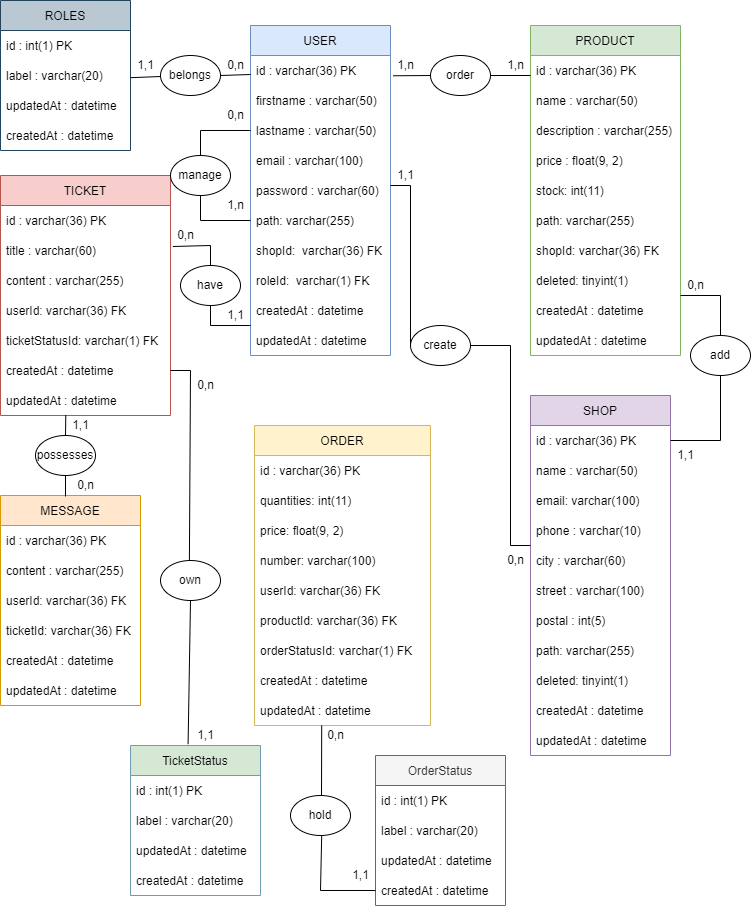
The draw.io diagram Diagrammes/MCD.png in KadenHD/DragNReceive_General, before a commit. Source tidied: cells renumbered, new cells last; positions are measured from the earlier drawing's top-left corner, leaving out a move shared by most shapes.
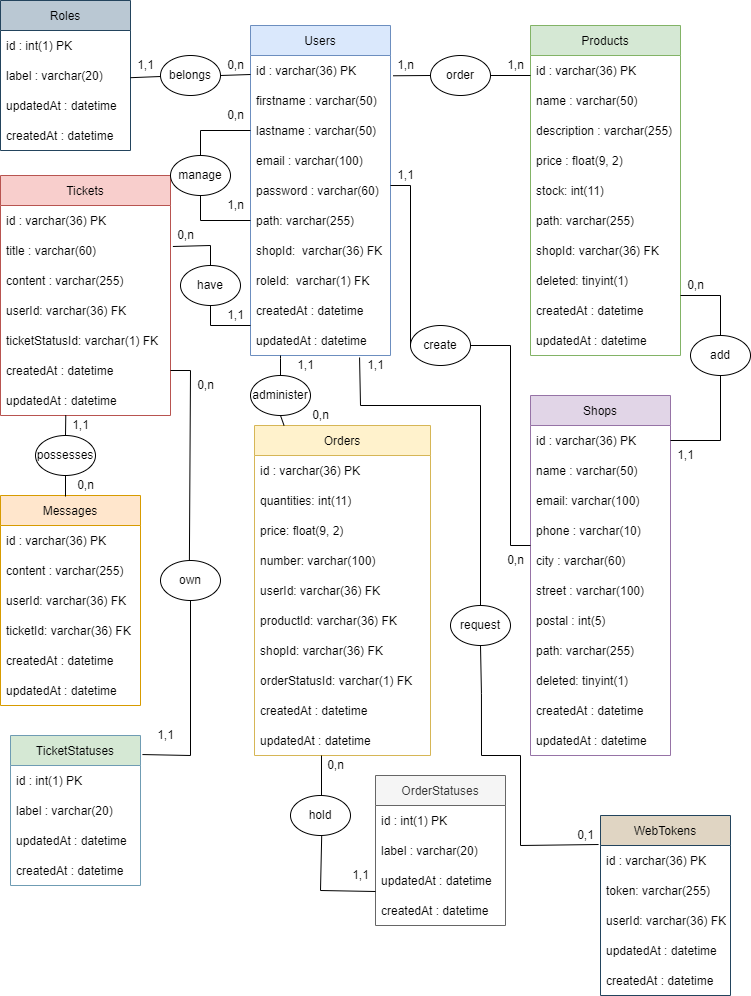
After the change.

What changed in the source:
```diff
@@ -2,7 +2,7 @@
   <root>
     <mxCell id="0" />
     <mxCell id="1" parent="0" />
-    <mxCell id="2" value="USER" style="swimlane;fontStyle=0;horizontal=1;startSize=30;fillColor=#dae8fc;strokeColor=#6c8ebf;" parent="1" vertex="1">
+    <mxCell id="2" value="Users" style="swimlane;fontStyle=0;horizontal=1;startSize=30;fillColor=#dae8fc;strokeColor=#6c8ebf;" parent="1" vertex="1">
       <mxGeometry x="250" y="25" width="140" height="330" as="geometry" />
     </mxCell>
     <mxCell id="3" value="id : varchar(36) PK" style="text;strokeColor=none;fillColor=none;align=left;verticalAlign=middle;spacingLeft=4;spacingRight=4;overflow=hidden;points=[[0,0.5],[1,0.5]];portConstraint=eastwest;" parent="2" vertex="1">
@@ -35,7 +35,7 @@
     <mxCell id="12" value="updatedAt : datetime" style="text;strokeColor=none;fillColor=none;align=left;verticalAlign=middle;spacingLeft=4;spacingRight=4;overflow=hidden;points=[[0,0.5],[1,0.5]];portConstraint=eastwest;" parent="2" vertex="1">
       <mxGeometry y="300" width="140" height="30" as="geometry" />
     </mxCell>
-    <mxCell id="13" value="ROLES" style="swimlane;fontStyle=0;horizontal=1;startSize=30;fillColor=#bac8d3;strokeColor=#23445d;" parent="1" vertex="1">
+    <mxCell id="13" value="Roles" style="swimlane;fontStyle=0;horizontal=1;startSize=30;fillColor=#bac8d3;strokeColor=#23445d;" parent="1" vertex="1">
       <mxGeometry width="130" height="150" as="geometry" />
     </mxCell>
     <mxCell id="14" value="id : int(1) PK" style="text;strokeColor=none;fillColor=none;align=left;verticalAlign=middle;spacingLeft=4;spacingRight=4;overflow=hidden;" parent="13" vertex="1">
@@ -55,7 +55,7 @@
         <mxPoint x="250" y="74" as="targetPoint" />
       </mxGeometry>
     </mxCell>
-    <mxCell id="19" value="TICKET" style="swimlane;fontStyle=0;horizontal=1;startSize=30;fillColor=#f8cecc;strokeColor=#b85450;" parent="1" vertex="1">
+    <mxCell id="19" value="Tickets" style="swimlane;fontStyle=0;horizontal=1;startSize=30;fillColor=#f8cecc;strokeColor=#b85450;" parent="1" vertex="1">
       <mxGeometry y="175" width="170" height="240" as="geometry" />
     </mxCell>
     <mxCell id="20" value="id : varchar(36) PK" style="text;strokeColor=none;fillColor=none;align=left;verticalAlign=middle;spacingLeft=4;spacingRight=4;overflow=hidden;" parent="19" vertex="1">
@@ -79,7 +79,7 @@
     <mxCell id="26" value="updatedAt : datetime" style="text;strokeColor=none;fillColor=none;align=left;verticalAlign=middle;spacingLeft=4;spacingRight=4;overflow=hidden;points=[[0,0.5],[1,0.5]];portConstraint=eastwest;" parent="19" vertex="1">
       <mxGeometry y="210" width="170" height="30" as="geometry" />
     </mxCell>
-    <mxCell id="27" value="MESSAGE" style="swimlane;fontStyle=0;horizontal=1;startSize=30;fillColor=#ffe6cc;strokeColor=#d79b00;" parent="1" vertex="1">
+    <mxCell id="27" value="Messages" style="swimlane;fontStyle=0;horizontal=1;startSize=30;fillColor=#ffe6cc;strokeColor=#d79b00;" parent="1" vertex="1">
       <mxGeometry y="495" width="140" height="210" as="geometry" />
     </mxCell>
     <mxCell id="28" value="id : varchar(36) PK" style="text;strokeColor=none;fillColor=none;align=left;verticalAlign=middle;spacingLeft=4;spacingRight=4;overflow=hidden;" parent="27" vertex="1">
@@ -100,7 +100,7 @@
     <mxCell id="33" value="updatedAt : datetime" style="text;strokeColor=none;fillColor=none;align=left;verticalAlign=middle;spacingLeft=4;spacingRight=4;overflow=hidden;" parent="27" vertex="1">
       <mxGeometry y="180" width="140" height="30" as="geometry" />
     </mxCell>
-    <mxCell id="34" value="SHOP" style="swimlane;fontStyle=0;horizontal=1;startSize=30;fillColor=#e1d5e7;strokeColor=#9673a6;" parent="1" vertex="1">
+    <mxCell id="34" value="Shops" style="swimlane;fontStyle=0;horizontal=1;startSize=30;fillColor=#e1d5e7;strokeColor=#9673a6;" parent="1" vertex="1">
       <mxGeometry x="530" y="395" width="140" height="360" as="geometry" />
     </mxCell>
     <mxCell id="35" value="id : varchar(36) PK" style="text;strokeColor=none;fillColor=none;align=left;verticalAlign=middle;spacingLeft=4;spacingRight=4;overflow=hidden;points=[[0,0.5],[1,0.5]];portConstraint=eastwest;" parent="34" vertex="1">
@@ -133,10 +133,21 @@
     <mxCell id="44" value="createdAt : datetime" style="text;strokeColor=none;fillColor=none;align=left;verticalAlign=middle;spacingLeft=4;spacingRight=4;overflow=hidden;" parent="34" vertex="1">
       <mxGeometry y="300" width="140" height="30" as="geometry" />
     </mxCell>
+    <mxCell id="122" style="endArrow=none;html=1;rounded=0;exitX=0.779;exitY=1.067;exitDx=0;exitDy=0;exitPerimeter=0;entryX=-0.015;entryY=-0.033;entryDx=0;entryDy=0;entryPerimeter=0;" parent="34" edge="1" target="125">
+      <mxGeometry relative="1" as="geometry">
+        <mxPoint x="-50" y="250" as="sourcePoint" />
+        <Array as="points">
+          <mxPoint x="-49.1" y="298" />
+          <mxPoint x="-49" y="360" />
+          <mxPoint x="-10" y="360" />
+          <mxPoint x="-10" y="450" />
+        </Array>
+      </mxGeometry>
+    </mxCell>
     <mxCell id="45" value="updatedAt : datetime" style="text;strokeColor=none;fillColor=none;align=left;verticalAlign=middle;spacingLeft=4;spacingRight=4;overflow=hidden;" parent="34" vertex="1">
       <mxGeometry y="330" width="140" height="30" as="geometry" />
     </mxCell>
-    <mxCell id="46" value="PRODUCT" style="swimlane;fontStyle=0;horizontal=1;startSize=30;fillColor=#d5e8d4;strokeColor=#82b366;" parent="1" vertex="1">
+    <mxCell id="46" value="Products" style="swimlane;fontStyle=0;horizontal=1;startSize=30;fillColor=#d5e8d4;strokeColor=#82b366;" parent="1" vertex="1">
       <mxGeometry x="530" y="25" width="150" height="330" as="geometry" />
     </mxCell>
     <mxCell id="47" value="id : varchar(36) PK" style="text;strokeColor=none;fillColor=none;align=left;verticalAlign=middle;spacingLeft=4;spacingRight=4;overflow=hidden;" parent="46" vertex="1">
@@ -308,8 +319,8 @@
     <mxCell id="89" value="possesses" style="ellipse;whiteSpace=wrap;html=1;" parent="1" vertex="1">
       <mxGeometry x="35" y="435" width="60" height="40" as="geometry" />
     </mxCell>
-    <mxCell id="90" value="ORDER" style="swimlane;fontStyle=0;horizontal=1;startSize=30;fillColor=#fff2cc;strokeColor=#d6b656;" parent="1" vertex="1">
-      <mxGeometry x="254" y="425" width="176" height="300" as="geometry" />
+    <mxCell id="90" value="Orders" style="swimlane;fontStyle=0;horizontal=1;startSize=30;fillColor=#fff2cc;strokeColor=#d6b656;" parent="1" vertex="1">
+      <mxGeometry x="254" y="425" width="176" height="330" as="geometry" />
     </mxCell>
     <mxCell id="91" value="id : varchar(36) PK" style="text;strokeColor=none;fillColor=none;align=left;verticalAlign=middle;spacingLeft=4;spacingRight=4;overflow=hidden;" parent="90" vertex="1">
       <mxGeometry y="30" width="176" height="30" as="geometry" />
@@ -329,14 +340,17 @@
     <mxCell id="96" value="productId: varchar(36) FK" style="text;strokeColor=none;fillColor=none;align=left;verticalAlign=middle;spacingLeft=4;spacingRight=4;overflow=hidden;" parent="90" vertex="1">
       <mxGeometry y="180" width="176" height="30" as="geometry" />
     </mxCell>
+    <mxCell id="123" value="shopId: varchar(36) FK" style="text;strokeColor=none;fillColor=none;align=left;verticalAlign=middle;spacingLeft=4;spacingRight=4;overflow=hidden;" parent="90" vertex="1">
+      <mxGeometry y="210" width="176" height="30" as="geometry" />
+    </mxCell>
     <mxCell id="97" value="orderStatusId: varchar(1) FK" style="text;strokeColor=none;fillColor=none;align=left;verticalAlign=middle;spacingLeft=4;spacingRight=4;overflow=hidden;" parent="90" vertex="1">
-      <mxGeometry y="210" width="176" height="30" as="geometry" />
+      <mxGeometry y="240" width="176" height="30" as="geometry" />
     </mxCell>
     <mxCell id="98" value="createdAt : datetime" style="text;strokeColor=none;fillColor=none;align=left;verticalAlign=middle;spacingLeft=4;spacingRight=4;overflow=hidden;" parent="90" vertex="1">
-      <mxGeometry y="240" width="176" height="30" as="geometry" />
+      <mxGeometry y="270" width="176" height="30" as="geometry" />
     </mxCell>
     <mxCell id="99" value="updatedAt : datetime" style="text;strokeColor=none;fillColor=none;align=left;verticalAlign=middle;spacingLeft=4;spacingRight=4;overflow=hidden;" parent="90" vertex="1">
-      <mxGeometry y="270" width="176" height="30" as="geometry" />
+      <mxGeometry y="300" width="176" height="30" as="geometry" />
     </mxCell>
     <mxCell id="100" style="endArrow=none;html=1;rounded=0;entryX=0.5;entryY=0;entryDx=0;entryDy=0;exitX=0.08;exitY=1.05;exitDx=0;exitDy=0;exitPerimeter=0;" parent="1" edge="1" source="66" target="64">
       <mxGeometry relative="1" as="geometry">
@@ -345,8 +359,8 @@
         </Array>
       </mxGeometry>
     </mxCell>
-    <mxCell id="101" value="OrderStatus" style="swimlane;fontStyle=0;horizontal=1;startSize=30;fillColor=#f5f5f5;strokeColor=#666666;fontColor=#333333;" parent="1" vertex="1">
-      <mxGeometry x="375" y="755" width="130" height="150" as="geometry" />
+    <mxCell id="101" value="OrderStatuses" style="swimlane;fontStyle=0;horizontal=1;startSize=30;fillColor=#f5f5f5;strokeColor=#666666;fontColor=#333333;" parent="1" vertex="1">
+      <mxGeometry x="375" y="775" width="130" height="150" as="geometry" />
     </mxCell>
     <mxCell id="102" value="id : int(1) PK" style="text;strokeColor=none;fillColor=none;align=left;verticalAlign=middle;spacingLeft=4;spacingRight=4;overflow=hidden;" parent="101" vertex="1">
       <mxGeometry y="30" width="130" height="30" as="geometry" />
@@ -363,8 +377,8 @@
     <mxCell id="106" style="endArrow=none;html=1;rounded=0;exitX=0.384;exitY=0.993;exitDx=0;exitDy=0;entryX=0.5;entryY=0;entryDx=0;entryDy=0;exitPerimeter=0;" parent="1" edge="1" source="26" target="89">
       <mxGeometry relative="1" as="geometry" />
     </mxCell>
-    <mxCell id="107" value="TicketStatus" style="swimlane;fontStyle=0;horizontal=1;startSize=30;fillColor=#d5e8d4;strokeColor=#6F9CB3;" parent="1" vertex="1">
-      <mxGeometry x="130" y="745" width="130" height="150" as="geometry" />
+    <mxCell id="107" value="TicketStatuses" style="swimlane;fontStyle=0;horizontal=1;startSize=30;fillColor=#d5e8d4;strokeColor=#6F9CB3;" parent="1" vertex="1">
+      <mxGeometry x="10" y="735" width="130" height="150" as="geometry" />
     </mxCell>
     <mxCell id="108" value="id : int(1) PK" style="text;strokeColor=none;fillColor=none;align=left;verticalAlign=middle;spacingLeft=4;spacingRight=4;overflow=hidden;" parent="107" vertex="1">
       <mxGeometry y="30" width="130" height="30" as="geometry" />
@@ -384,8 +398,12 @@
     <mxCell id="113" value="hold" style="ellipse;whiteSpace=wrap;html=1;" parent="1" vertex="1">
       <mxGeometry x="290" y="795" width="60" height="40" as="geometry" />
     </mxCell>
-    <mxCell id="114" style="endArrow=none;html=1;rounded=0;exitX=0.5;exitY=1;exitDx=0;exitDy=0;entryX=0.443;entryY=-0.009;entryDx=0;entryDy=0;entryPerimeter=0;" parent="1" edge="1" source="112" target="107">
-      <mxGeometry relative="1" as="geometry" />
+    <mxCell id="114" style="endArrow=none;html=1;rounded=0;exitX=0.5;exitY=1;exitDx=0;exitDy=0;entryX=1.015;entryY=0.127;entryDx=0;entryDy=0;entryPerimeter=0;" parent="1" edge="1" source="112" target="107">
+      <mxGeometry relative="1" as="geometry">
+        <Array as="points">
+          <mxPoint x="190" y="755" />
+        </Array>
+      </mxGeometry>
     </mxCell>
     <mxCell id="115" style="endArrow=none;html=1;rounded=0;entryX=0.443;entryY=-0.009;entryDx=0;entryDy=0;entryPerimeter=0;exitX=1;exitY=0.5;exitDx=0;exitDy=0;" parent="1" edge="1" source="25">
       <mxGeometry relative="1" as="geometry">
@@ -395,13 +413,13 @@
         </Array>
       </mxGeometry>
     </mxCell>
-    <mxCell id="116" style="endArrow=none;html=1;rounded=0;exitX=0.5;exitY=1;exitDx=0;exitDy=0;" parent="1" edge="1">
+    <mxCell id="116" style="endArrow=none;html=1;rounded=0;" parent="1" edge="1">
       <mxGeometry relative="1" as="geometry">
-        <mxPoint x="321.2" y="725" as="sourcePoint" />
+        <mxPoint x="321" y="755" as="sourcePoint" />
         <mxPoint x="321" y="795" as="targetPoint" />
       </mxGeometry>
     </mxCell>
-    <mxCell id="117" style="endArrow=none;html=1;rounded=0;exitX=0.5;exitY=1;exitDx=0;exitDy=0;entryX=0;entryY=0.5;entryDx=0;entryDy=0;" parent="1" edge="1" target="105">
+    <mxCell id="117" style="endArrow=none;html=1;rounded=0;exitX=0.5;exitY=1;exitDx=0;exitDy=0;entryX=0;entryY=-0.133;entryDx=0;entryDy=0;entryPerimeter=0;" parent="1" edge="1" target="105">
       <mxGeometry relative="1" as="geometry">
         <mxPoint x="321.2" y="835" as="sourcePoint" />
         <Array as="points">
@@ -413,13 +431,73 @@
       <mxGeometry x="190" y="375" width="30" height="20" as="geometry" />
     </mxCell>
     <mxCell id="119" value="1,1" style="text;html=1;align=center;verticalAlign=middle;strokeColor=none;fillColor=none;" parent="1" vertex="1">
-      <mxGeometry x="190" y="725" width="30" height="20" as="geometry" />
+      <mxGeometry x="150" y="725" width="30" height="20" as="geometry" />
     </mxCell>
     <mxCell id="120" value="1,1" style="text;html=1;align=center;verticalAlign=middle;strokeColor=none;fillColor=none;" parent="1" vertex="1">
       <mxGeometry x="345" y="865" width="30" height="20" as="geometry" />
     </mxCell>
     <mxCell id="121" value="0,n" style="text;html=1;align=center;verticalAlign=middle;strokeColor=none;fillColor=none;" parent="1" vertex="1">
-      <mxGeometry x="320" y="725" width="30" height="20" as="geometry" />
+      <mxGeometry x="320" y="755" width="30" height="20" as="geometry" />
     </mxCell>
+    <mxCell id="124" value="WebTokens" style="swimlane;fontStyle=0;horizontal=1;startSize=30;fillColor=#E0D5C3;strokeColor=#23445d;" parent="1" vertex="1">
+      <mxGeometry x="600" y="815" width="130" height="180" as="geometry" />
+    </mxCell>
+    <mxCell id="125" value="id : varchar(36) PK" style="text;strokeColor=none;fillColor=none;align=left;verticalAlign=middle;spacingLeft=4;spacingRight=4;overflow=hidden;points=[[0,0.5],[1,0.5]];portConstraint=eastwest;" parent="124" vertex="1">
+      <mxGeometry y="30" width="130" height="30" as="geometry" />
+    </mxCell>
+    <mxCell id="126" value="token: varchar(255)" style="text;strokeColor=none;fillColor=none;align=left;verticalAlign=middle;spacingLeft=4;spacingRight=4;overflow=hidden;" parent="124" vertex="1">
+      <mxGeometry y="60" width="130" height="30" as="geometry" />
+    </mxCell>
+    <mxCell id="127" value="userId: varchar(36) FK" style="text;strokeColor=none;fillColor=none;align=left;verticalAlign=middle;spacingLeft=4;spacingRight=4;overflow=hidden;" parent="124" vertex="1">
+      <mxGeometry y="90" width="130" height="30" as="geometry" />
+    </mxCell>
+    <mxCell id="128" value="updatedAt : datetime" style="text;strokeColor=none;fillColor=none;align=left;verticalAlign=middle;spacingLeft=4;spacingRight=4;overflow=hidden;" parent="124" vertex="1">
+      <mxGeometry y="120" width="130" height="30" as="geometry" />
+    </mxCell>
+    <mxCell id="129" value="createdAt : datetime" style="text;strokeColor=none;fillColor=none;align=left;verticalAlign=middle;spacingLeft=4;spacingRight=4;overflow=hidden;" parent="124" vertex="1">
+      <mxGeometry y="150" width="130" height="30" as="geometry" />
+    </mxCell>
+    <mxCell id="130" value="administer" style="ellipse;whiteSpace=wrap;html=1;" parent="1" vertex="1">
+      <mxGeometry x="250" y="375" width="60" height="40" as="geometry" />
+    </mxCell>
+    <mxCell id="131" style="endArrow=none;html=1;rounded=0;exitX=0.5;exitY=0;exitDx=0;exitDy=0;" parent="1" edge="1" source="130">
+      <mxGeometry relative="1" as="geometry">
+        <mxPoint x="280" y="355" as="targetPoint" />
+        <Array as="points">
+          <mxPoint x="280" y="358" />
+        </Array>
+      </mxGeometry>
+    </mxCell>
+    <mxCell id="132" style="endArrow=none;html=1;rounded=0;" parent="1" edge="1" source="90">
+      <mxGeometry relative="1" as="geometry">
+        <mxPoint x="280" y="415" as="targetPoint" />
+        <Array as="points">
+          <mxPoint x="280" y="415" />
+        </Array>
+      </mxGeometry>
+    </mxCell>
+    <mxCell id="133" value="1,1" style="text;html=1;align=center;verticalAlign=middle;strokeColor=none;fillColor=none;" parent="1" vertex="1">
+      <mxGeometry x="290" y="355" width="30" height="20" as="geometry" />
+    </mxCell>
+    <mxCell id="134" value="0,n" style="text;html=1;align=center;verticalAlign=middle;strokeColor=none;fillColor=none;" parent="1" vertex="1">
+      <mxGeometry x="305" y="405" width="30" height="20" as="geometry" />
+    </mxCell>
+    <mxCell id="135" value="request" style="ellipse;whiteSpace=wrap;html=1;" parent="1" vertex="1">
+      <mxGeometry x="450" y="605" width="60" height="40" as="geometry" />
+    </mxCell>
+    <mxCell id="136" style="endArrow=none;html=1;rounded=0;exitX=0.779;exitY=1.067;exitDx=0;exitDy=0;entryX=0.5;entryY=0;entryDx=0;entryDy=0;exitPerimeter=0;" parent="1" edge="1" source="12" target="135">
+      <mxGeometry relative="1" as="geometry">
+        <Array as="points">
+          <mxPoint x="360" y="405" />
+          <mxPoint x="480" y="405" />
+        </Array>
+      </mxGeometry>
+    </mxCell>
+    <mxCell id="137" value="0,1" style="text;html=1;align=center;verticalAlign=middle;strokeColor=none;fillColor=none;" parent="1" vertex="1">
+      <mxGeometry x="570" y="825" width="30" height="20" as="geometry" />
+    </mxCell>
+    <mxCell id="138" value="1,1" style="text;html=1;align=center;verticalAlign=middle;strokeColor=none;fillColor=none;" parent="1" vertex="1">
+      <mxGeometry x="360" y="355" width="30" height="20" as="geometry" />
+    </mxCell>
   </root>
 </mxGraphModel>
```
